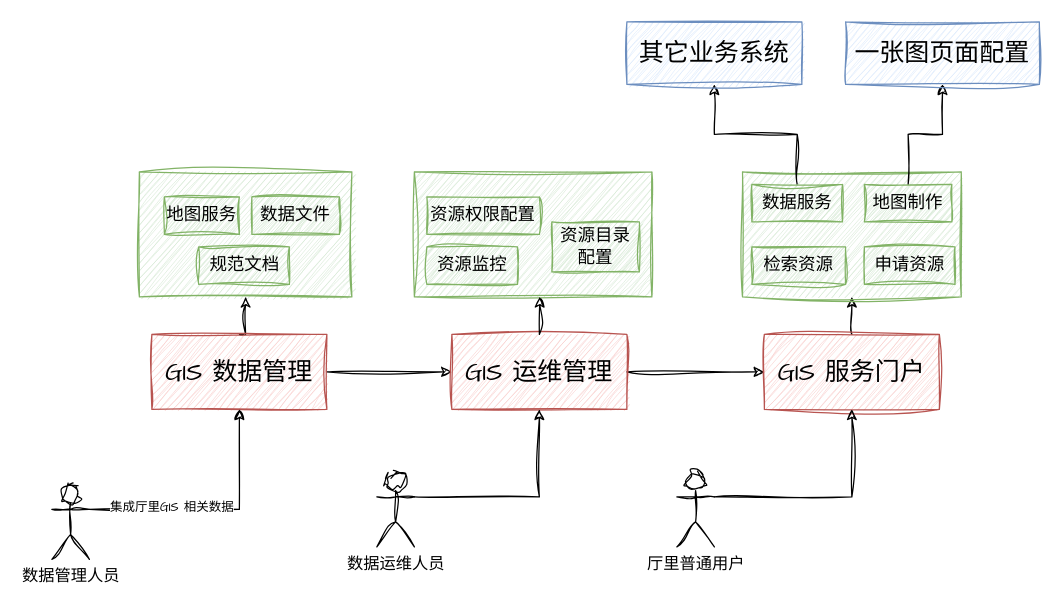
Earlier version of the draw.io diagram page "20230129" (5 of 5) of GIS 一张图.drawio (GISering/diagram). Source tidied: cells renumbered, new cells numbered last; positions are measured from the earlier drawing's top-left corner, leaving out a move shared by most shapes. Both pictures are drawn from the tidied source at 125%, with x=0, y=0 at pixel (51, 21).
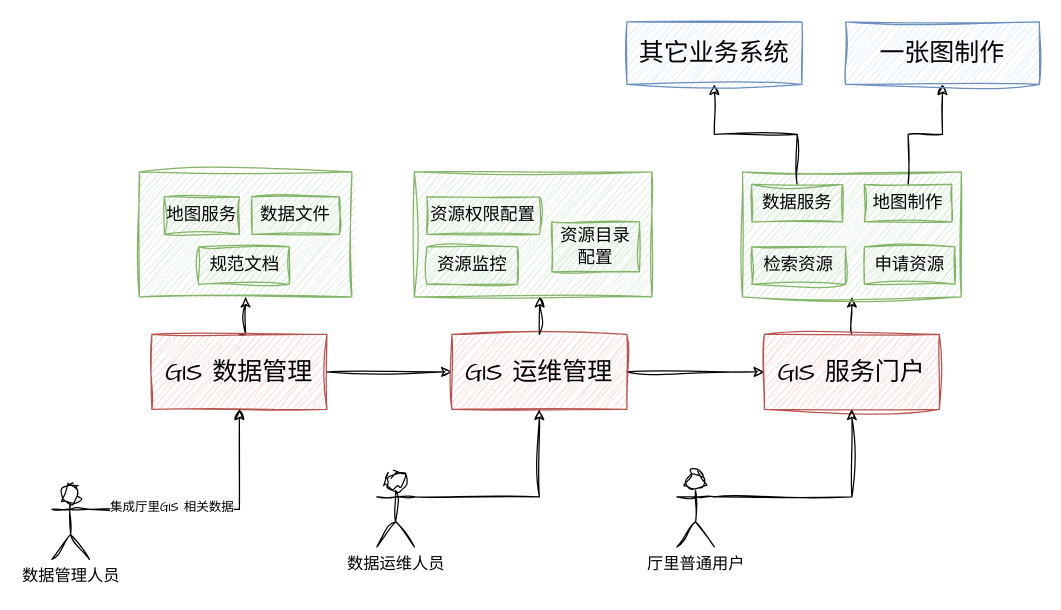
Above is the later version.

Commit message:
更新GIS 一张图.drawio

Diff of the diagram source:
```diff
@@
-    <mxCell id="33" value="一张图页面配置" style="rounded=0;whiteSpace=wrap;html=1;sketch=1;hachureGap=4;jiggle=2;curveFitting=1;fontFamily=Architects Daughter;fontSize=20;fillColor=#dae8fc;strokeColor=#6c8ebf;" parent="1" vertex="1">
+    <mxCell id="33" value="一张图制作" style="rounded=0;whiteSpace=wrap;html=1;sketch=1;hachureGap=4;jiggle=2;curveFitting=1;fontFamily=Architects Daughter;fontSize=20;fillColor=#dae8fc;strokeColor=#6c8ebf;" parent="1" vertex="1">
       <mxGeometry x="635" width="155" height="50" as="geometry" />
     </mxCell>
```
